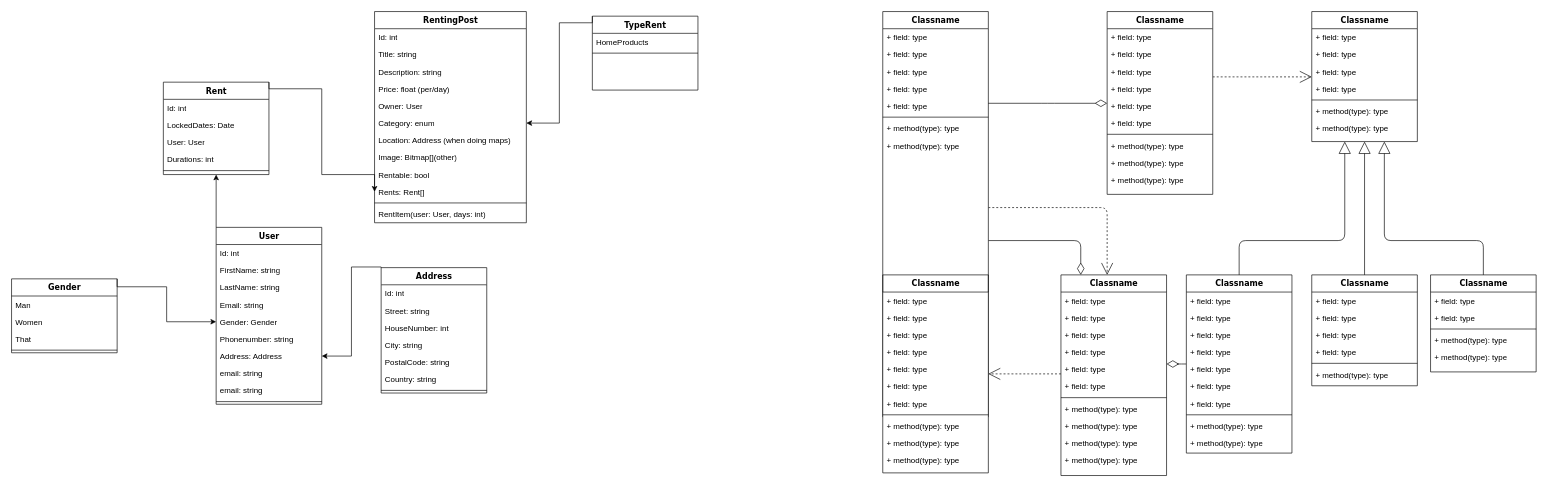
The draw.io diagram class_diagram.drawio in Byijel/RentingApp, before the edit. Source tidied: cells renumbered, new cells numbered last; positions are measured from the earlier drawing's top-left corner, leaving out a move shared by most shapes. Both pictures are drawn from the tidied source at 66%, with x=0, y=0 at pixel (11, 11).
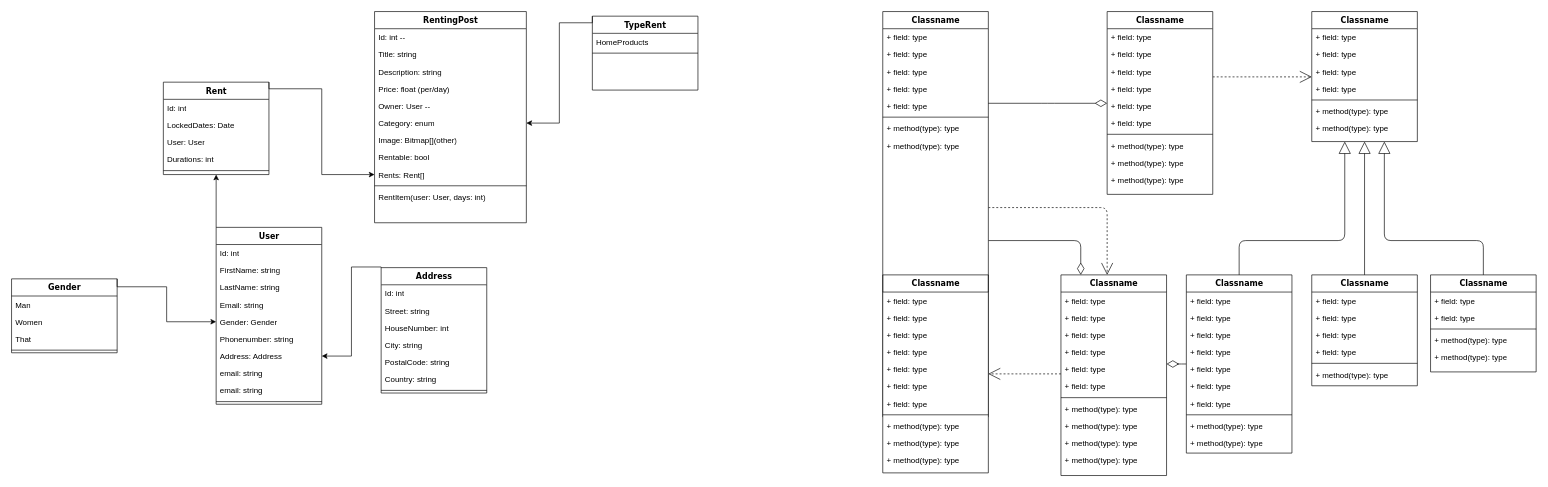
After the change.

Unchanged cells that the change refers to:
```xml
<mxCell id="87" value="RentingPost" style="swimlane;html=1;fontStyle=1;align=center;verticalAlign=top;horizontal=1;startSize=26;swimlaneFillColor=#ffffff;rounded=0;shadow=0;comic=0;labelBackgroundColor=none;strokeWidth=1;fillColor=none;fontFamily=Verdana;fontSize=12;" parent="1" vertex="1">
  <mxGeometry x="550" width="230" height="320" as="geometry" />
</mxCell>
```

What changed in the source:
```diff
@@
-    <mxCell id="88" value="Id: int" style="text;html=1;strokeColor=none;fillColor=none;align=left;verticalAlign=top;spacingLeft=4;spacingRight=4;whiteSpace=wrap;overflow=hidden;" parent="87" vertex="1">
+    <mxCell id="88" value="Id: int --" style="text;html=1;strokeColor=none;fillColor=none;align=left;verticalAlign=top;spacingLeft=4;spacingRight=4;whiteSpace=wrap;overflow=hidden;" parent="87" vertex="1">
       <mxGeometry y="26" width="230" height="26" as="geometry" />
     </mxCell>
@@
-    <mxCell id="92" value="&lt;div&gt;Owner: User&lt;/div&gt;" style="text;html=1;strokeColor=none;fillColor=none;align=left;verticalAlign=top;spacingLeft=4;spacingRight=4;whiteSpace=wrap;overflow=hidden;" parent="87" vertex="1">
+    <mxCell id="92" value="&lt;div&gt;Owner: User --&lt;/div&gt;" style="text;html=1;strokeColor=none;fillColor=none;align=left;verticalAlign=top;spacingLeft=4;spacingRight=4;whiteSpace=wrap;overflow=hidden;" parent="87" vertex="1">
       <mxGeometry y="130" width="230" height="26" as="geometry" />
     </mxCell>
@@
-    <mxCell id="94" value="Location: Address (when doing maps)" style="text;html=1;strokeColor=none;fillColor=none;align=left;verticalAlign=top;spacingLeft=4;spacingRight=4;whiteSpace=wrap;overflow=hidden;" parent="87" vertex="1">
-      <mxGeometry y="182" width="230" height="26" as="geometry" />
-    </mxCell>
     <mxCell id="95" value="Image: Bitmap[](other)" style="text;html=1;strokeColor=none;fillColor=none;align=left;verticalAlign=top;spacingLeft=4;spacingRight=4;whiteSpace=wrap;overflow=hidden;" parent="87" vertex="1">
-      <mxGeometry y="208" width="230" height="26" as="geometry" />
+      <mxGeometry y="182" width="230" height="26" as="geometry" />
     </mxCell>
     <mxCell id="96" value="Rentable: bool&amp;nbsp;" style="text;html=1;strokeColor=none;fillColor=none;align=left;verticalAlign=top;spacingLeft=4;spacingRight=4;whiteSpace=wrap;overflow=hidden;" parent="87" vertex="1">
-      <mxGeometry y="234" width="230" height="26" as="geometry" />
+      <mxGeometry y="208" width="230" height="26" as="geometry" />
     </mxCell>
     <mxCell id="97" value="Rents: Rent[]" style="text;html=1;strokeColor=none;fillColor=none;align=left;verticalAlign=top;spacingLeft=4;spacingRight=4;whiteSpace=wrap;overflow=hidden;points=[[0,0.5],[1,0.5]];portConstraint=eastwest;" parent="87" vertex="1">
-      <mxGeometry y="260" width="230" height="26" as="geometry" />
+      <mxGeometry y="234" width="230" height="26" as="geometry" />
     </mxCell>
     <mxCell id="98" style="line;html=1;strokeWidth=1;fillColor=none;align=left;verticalAlign=middle;spacingTop=-1;spacingLeft=3;spacingRight=3;labelPosition=right;" parent="87" vertex="1">
-      <mxGeometry y="286" width="230" height="8" as="geometry" />
+      <mxGeometry y="260" width="230" height="8" as="geometry" />
     </mxCell>
     <mxCell id="99" value="RentItem(user: User, days: int)&lt;div&gt;&lt;br&gt;&lt;/div&gt;" style="text;html=1;strokeColor=none;fillColor=none;align=left;verticalAlign=top;spacingLeft=4;spacingRight=4;whiteSpace=wrap;overflow=hidden;" parent="87" vertex="1">
-      <mxGeometry y="294" width="230" height="26" as="geometry" />
+      <mxGeometry y="268" width="230" height="26" as="geometry" />
     </mxCell>
```
